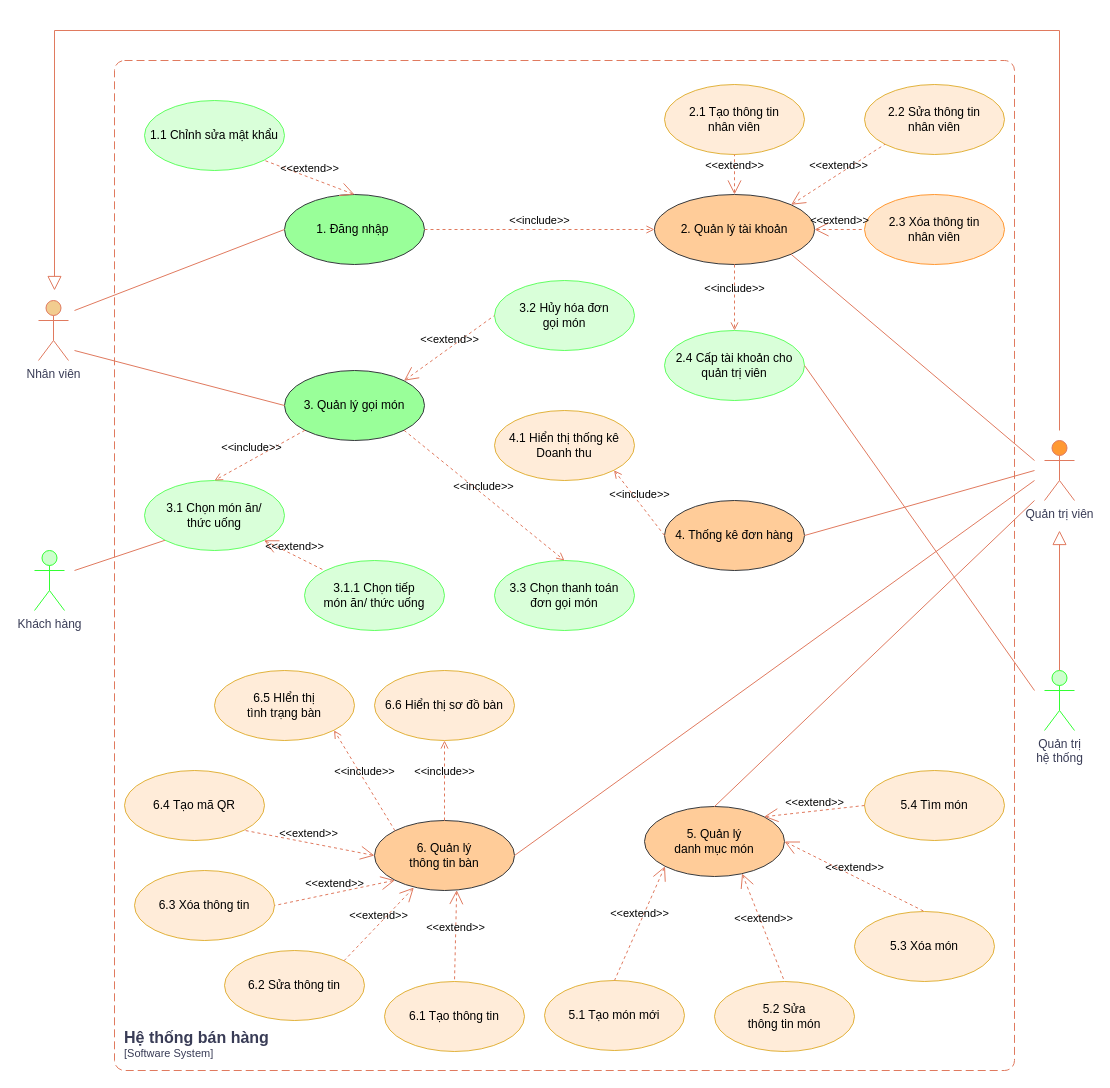
Doanh-Dinh-7/48K142.01-QuanLyBanHang-GetRequirements keeps this draw.io diagram as page "UCD-TongQuat" (1 of 3) of 02. Phân tích và thiết kế hệ thống/Sơ đồ.drawio. Above is the earlier version. Source tidied: cells renumbered, new cells numbered last; positions are measured from the earlier drawing's top-left corner, leaving out a move shared by most shapes. Both pictures are drawn from the tidied source at 100%, with x=0, y=0 at pixel (34, 30).
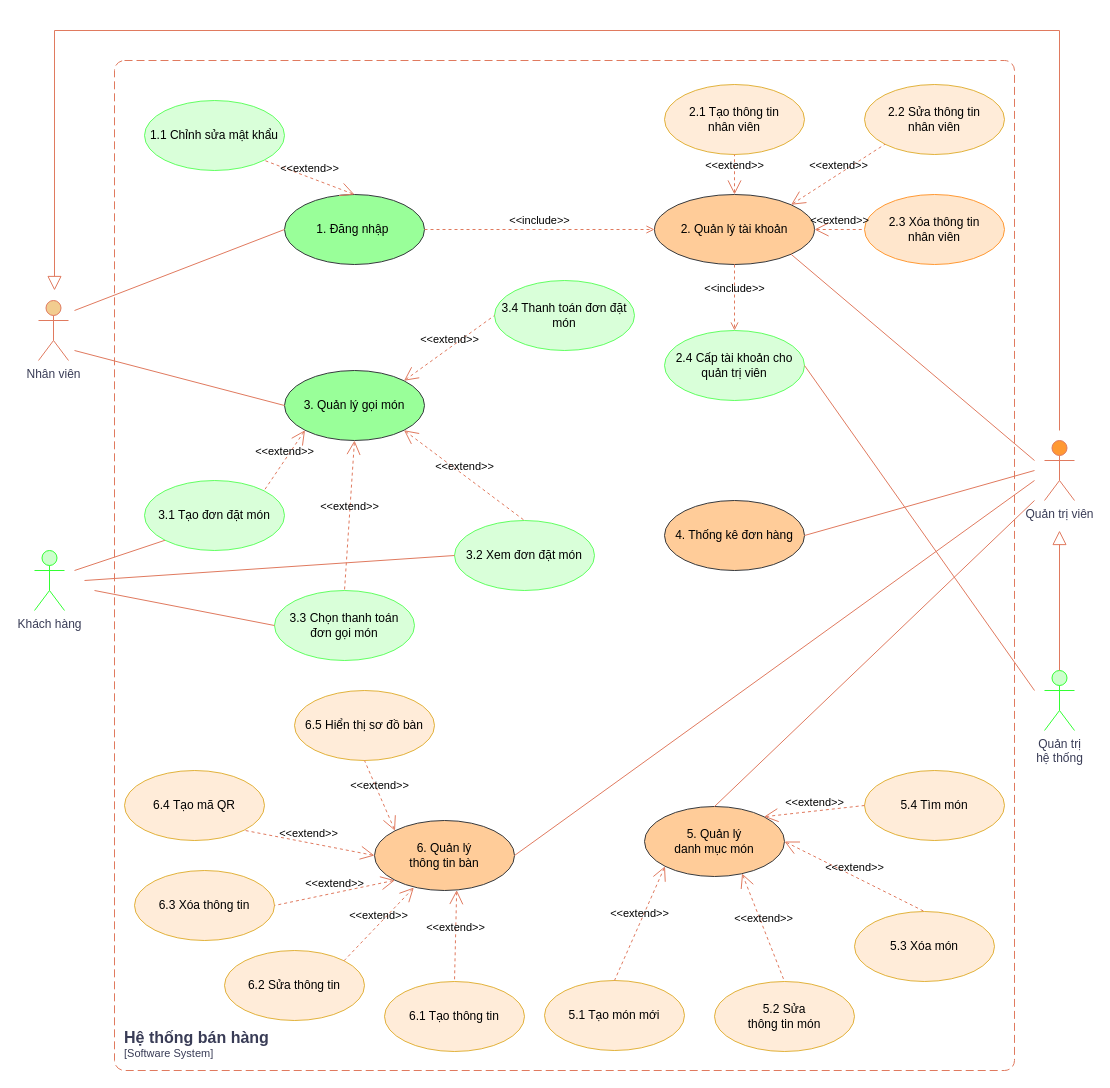
The same page after the edit.

The change refers to these unchanged cells:
```xml
<mxCell id="14" value="6. Quản lý&lt;br&gt;thông tin bàn" style="ellipse;whiteSpace=wrap;html=1;labelBackgroundColor=none;fillColor=#ffcc99;strokeColor=#36393d;" parent="1" vertex="1">
  <mxGeometry x="340" y="790" width="140" height="70" as="geometry" />
</mxCell>
<mxCell id="16" value="3. Quản lý gọi món" style="ellipse;whiteSpace=wrap;html=1;labelBackgroundColor=none;fillColor=#99FF99;strokeColor=#36393d;" parent="1" vertex="1">
  <mxGeometry x="250" y="340" width="140" height="70" as="geometry" />
</mxCell>
<mxCell id="17" value="4. Thống kê đơn hàng" style="ellipse;whiteSpace=wrap;html=1;labelBackgroundColor=none;fillColor=#ffcc99;strokeColor=#36393d;" parent="1" vertex="1">
  <mxGeometry x="630" y="470" width="140" height="70" as="geometry" />
</mxCell>
```

Diff of the diagram source:
```diff
@@
-    <mxCell id="28" value="3.2 Hủy hóa đơn&lt;br&gt;gọi món" style="ellipse;whiteSpace=wrap;html=1;labelBackgroundColor=none;fillColor=#CCFFCC;strokeColor=#33FF33;opacity=75;" parent="1" vertex="1">
+    <mxCell id="28" value="3.4 Thanh toán đơn đặt món" style="ellipse;whiteSpace=wrap;html=1;labelBackgroundColor=none;fillColor=#CCFFCC;strokeColor=#33FF33;opacity=75;" parent="1" vertex="1">
       <mxGeometry x="460" y="250" width="140" height="70" as="geometry" />
     </mxCell>
@@
-    <mxCell id="30" value="4.1 Hiển thị thống kê&lt;br&gt;Doanh thu" style="ellipse;whiteSpace=wrap;html=1;labelBackgroundColor=none;fillColor=#ffe6cc;strokeColor=#d79b00;opacity=75;" parent="1" vertex="1">
-      <mxGeometry x="460" y="380" width="140" height="70" as="geometry" />
-    </mxCell>
-    <mxCell id="31" value="3.1 Chọn món ăn/&lt;br&gt;thức uống" style="ellipse;whiteSpace=wrap;html=1;labelBackgroundColor=none;fillColor=#CCFFCC;strokeColor=#33FF33;opacity=75;" parent="1" vertex="1">
+    <mxCell id="31" value="3.1 Tạo đơn đặt món" style="ellipse;whiteSpace=wrap;html=1;labelBackgroundColor=none;fillColor=#CCFFCC;strokeColor=#33FF33;opacity=75;" parent="1" vertex="1">
       <mxGeometry x="110" y="450" width="140" height="70" as="geometry" />
     </mxCell>
-    <mxCell id="32" value="3.3 Chọn thanh toán&lt;br&gt;đơn gọi món" style="ellipse;whiteSpace=wrap;html=1;labelBackgroundColor=none;fillColor=#CCFFCC;strokeColor=#33FF33;opacity=75;" parent="1" vertex="1">
-      <mxGeometry x="460" y="530" width="140" height="70" as="geometry" />
+    <mxCell id="32" value="3.2 Xem đơn đặt món" style="ellipse;whiteSpace=wrap;html=1;labelBackgroundColor=none;fillColor=#CCFFCC;strokeColor=#33FF33;opacity=75;" parent="1" vertex="1">
+      <mxGeometry x="420" y="490" width="140" height="70" as="geometry" />
     </mxCell>
-    <mxCell id="33" value="&amp;lt;&amp;lt;include&amp;gt;&amp;gt;" style="edgeStyle=none;html=1;endArrow=open;verticalAlign=bottom;dashed=1;labelBackgroundColor=none;rounded=0;entryX=0.5;entryY=0;entryDx=0;entryDy=0;strokeColor=#E07A5F;fontColor=default;exitX=1;exitY=1;exitDx=0;exitDy=0;" parent="1" edge="1" source="16" target="32">
-      <mxGeometry relative="1" as="geometry" />
-    </mxCell>
-    <mxCell id="34" value="&amp;lt;&amp;lt;include&amp;gt;&amp;gt;" style="edgeStyle=none;html=1;endArrow=open;verticalAlign=bottom;dashed=1;labelBackgroundColor=none;rounded=0;entryX=0.5;entryY=0;entryDx=0;entryDy=0;exitX=0;exitY=1;exitDx=0;exitDy=0;strokeColor=#E07A5F;fontColor=default;" parent="1" edge="1" source="16" target="31">
-      <mxGeometry x="0.14" y="-3" relative="1" as="geometry" />
-    </mxCell>
@@
-    <mxCell id="37" value="6.6 Hiển thị sơ đồ bàn" style="ellipse;whiteSpace=wrap;html=1;labelBackgroundColor=none;fillColor=#ffe6cc;strokeColor=#d79b00;opacity=75;" parent="1" vertex="1">
-      <mxGeometry x="340" y="640" width="140" height="70" as="geometry" />
+    <mxCell id="37" value="6.5 Hiển thị sơ đồ bàn" style="ellipse;whiteSpace=wrap;html=1;labelBackgroundColor=none;fillColor=#ffe6cc;strokeColor=#d79b00;opacity=75;" parent="1" vertex="1">
+      <mxGeometry x="260" y="660" width="140" height="70" as="geometry" />
     </mxCell>
-    <mxCell id="38" value="6.5 HIển thị &lt;br&gt;tình trạng bàn" style="ellipse;whiteSpace=wrap;html=1;labelBackgroundColor=none;fillColor=#ffe6cc;strokeColor=#d79b00;opacity=75;" parent="1" vertex="1">
-      <mxGeometry x="180" y="640" width="140" height="70" as="geometry" />
-    </mxCell>
-    <mxCell id="39" value="&amp;lt;&amp;lt;include&amp;gt;&amp;gt;" style="edgeStyle=none;html=1;endArrow=open;verticalAlign=bottom;dashed=1;labelBackgroundColor=none;rounded=0;entryX=1;entryY=1;entryDx=0;entryDy=0;strokeColor=#E07A5F;fontColor=default;exitX=0;exitY=0;exitDx=0;exitDy=0;" parent="1" edge="1" source="14" target="38">
-      <mxGeometry relative="1" as="geometry" />
-    </mxCell>
-    <mxCell id="40" value="&amp;lt;&amp;lt;include&amp;gt;&amp;gt;" style="edgeStyle=none;html=1;endArrow=open;verticalAlign=bottom;dashed=1;labelBackgroundColor=none;rounded=0;entryX=0.5;entryY=1;entryDx=0;entryDy=0;strokeColor=#E07A5F;fontColor=default;exitX=0.5;exitY=0;exitDx=0;exitDy=0;" parent="1" edge="1" source="14" target="37">
-      <mxGeometry relative="1" as="geometry" />
-    </mxCell>
@@
-    <mxCell id="49" value="3.1.1 Chọn tiếp &lt;br&gt;món ăn/ thức uống" style="ellipse;whiteSpace=wrap;html=1;labelBackgroundColor=none;fillColor=#CCFFCC;strokeColor=#33FF33;opacity=75;" parent="1" vertex="1">
-      <mxGeometry x="270" y="530" width="140" height="70" as="geometry" />
-    </mxCell>
-    <mxCell id="50" value="&amp;lt;&amp;lt;extend&amp;gt;&amp;gt;" style="edgeStyle=none;html=1;startArrow=open;endArrow=none;startSize=12;verticalAlign=bottom;dashed=1;labelBackgroundColor=none;rounded=0;exitX=1;exitY=1;exitDx=0;exitDy=0;entryX=0;entryY=0;entryDx=0;entryDy=0;strokeColor=#E07A5F;fontColor=default;" parent="1" edge="1" source="31" target="49">
-      <mxGeometry relative="1" as="geometry" />
-    </mxCell>
-    <mxCell id="51" value="&amp;lt;&amp;lt;include&amp;gt;&amp;gt;" style="edgeStyle=none;html=1;endArrow=open;verticalAlign=bottom;dashed=1;labelBackgroundColor=none;rounded=0;entryX=1;entryY=1;entryDx=0;entryDy=0;strokeColor=#E07A5F;fontColor=default;exitX=0;exitY=0.5;exitDx=0;exitDy=0;" parent="1" edge="1" source="17" target="30">
-      <mxGeometry relative="1" as="geometry" />
-    </mxCell>
@@
+    <mxCell id="64" value="3.3 Chọn thanh toán&lt;br&gt;đơn gọi món" style="ellipse;whiteSpace=wrap;html=1;labelBackgroundColor=none;fillColor=#CCFFCC;strokeColor=#33FF33;opacity=75;" parent="1" vertex="1">
+      <mxGeometry x="240" y="560" width="140" height="70" as="geometry" />
+    </mxCell>
+    <mxCell id="33" value="&amp;lt;&amp;lt;extend&amp;gt;&amp;gt;" style="edgeStyle=none;html=1;startArrow=open;endArrow=none;startSize=12;verticalAlign=bottom;dashed=1;labelBackgroundColor=none;rounded=0;exitX=1;exitY=1;exitDx=0;exitDy=0;entryX=0.5;entryY=0;entryDx=0;entryDy=0;strokeColor=#E07A5F;fontColor=default;" parent="1" edge="1" source="16" target="32">
+      <mxGeometry relative="1" as="geometry" />
+    </mxCell>
+    <mxCell id="65" value="&amp;lt;&amp;lt;extend&amp;gt;&amp;gt;" style="edgeStyle=none;html=1;startArrow=open;endArrow=none;startSize=12;verticalAlign=bottom;dashed=1;labelBackgroundColor=none;rounded=0;exitX=0.5;exitY=1;exitDx=0;exitDy=0;entryX=0.5;entryY=0;entryDx=0;entryDy=0;strokeColor=#E07A5F;fontColor=default;" parent="1" edge="1" source="16" target="64">
+      <mxGeometry relative="1" as="geometry" />
+    </mxCell>
+    <mxCell id="34" value="&amp;lt;&amp;lt;extend&amp;gt;&amp;gt;" style="edgeStyle=none;html=1;startArrow=open;endArrow=none;startSize=12;verticalAlign=bottom;dashed=1;labelBackgroundColor=none;rounded=0;exitX=0;exitY=1;exitDx=0;exitDy=0;entryX=1;entryY=0;entryDx=0;entryDy=0;strokeColor=#E07A5F;fontColor=default;" parent="1" edge="1" source="16" target="31">
+      <mxGeometry relative="1" as="geometry" />
+    </mxCell>
+    <mxCell id="66" style="edgeStyle=none;html=1;endArrow=none;verticalAlign=bottom;rounded=0;strokeColor=#E07A5F;labelBackgroundColor=none;fontColor=default;entryX=0;entryY=0.5;entryDx=0;entryDy=0;" parent="1" edge="1" target="32">
+      <mxGeometry relative="1" as="geometry">
+        <mxPoint x="50" y="550" as="sourcePoint" />
+      </mxGeometry>
+    </mxCell>
+    <mxCell id="67" style="edgeStyle=none;html=1;endArrow=none;verticalAlign=bottom;rounded=0;strokeColor=#E07A5F;labelBackgroundColor=none;fontColor=default;entryX=0;entryY=0.5;entryDx=0;entryDy=0;" parent="1" edge="1" target="64">
+      <mxGeometry relative="1" as="geometry">
+        <mxPoint x="60" y="560" as="sourcePoint" />
+      </mxGeometry>
+    </mxCell>
+    <mxCell id="40" value="&amp;lt;&amp;lt;extend&amp;gt;&amp;gt;" style="edgeStyle=none;html=1;startArrow=open;endArrow=none;startSize=12;verticalAlign=bottom;dashed=1;labelBackgroundColor=none;rounded=0;entryX=0.5;entryY=1;entryDx=0;entryDy=0;strokeColor=#E07A5F;fontColor=default;exitX=0;exitY=0;exitDx=0;exitDy=0;" parent="1" edge="1" source="14" target="37">
+      <mxGeometry x="0.01" relative="1" as="geometry" />
+    </mxCell>
```
